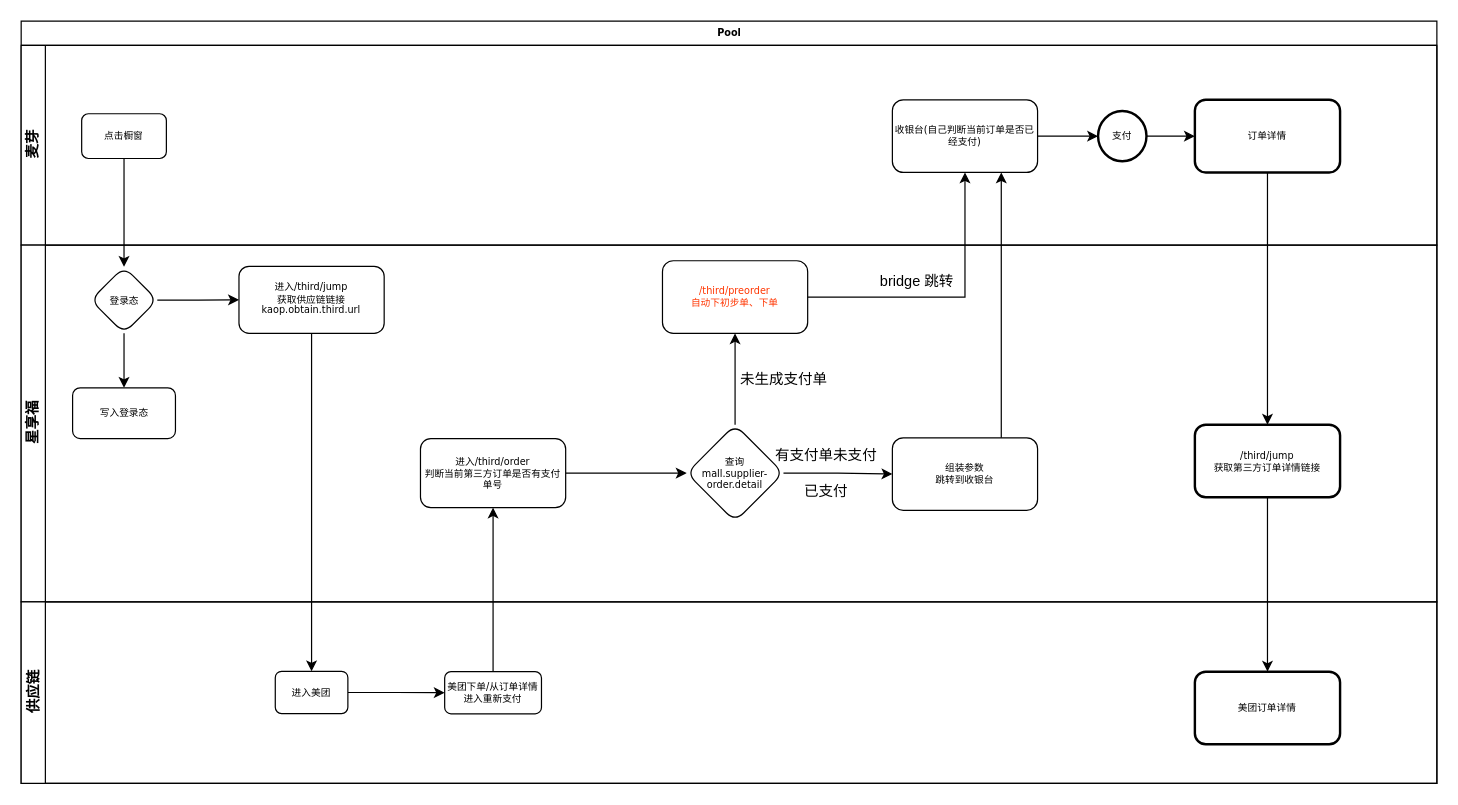
Earlier version of the draw.io diagram 麦芽对接-第三方.drawio (light8176/demo). Source tidied: cells renumbered, new cells numbered last; positions are measured from the earlier drawing's top-left corner, leaving out a move shared by most shapes. Both pictures are drawn from the tidied source at 121%, with x=0, y=0 at pixel (21, 21).
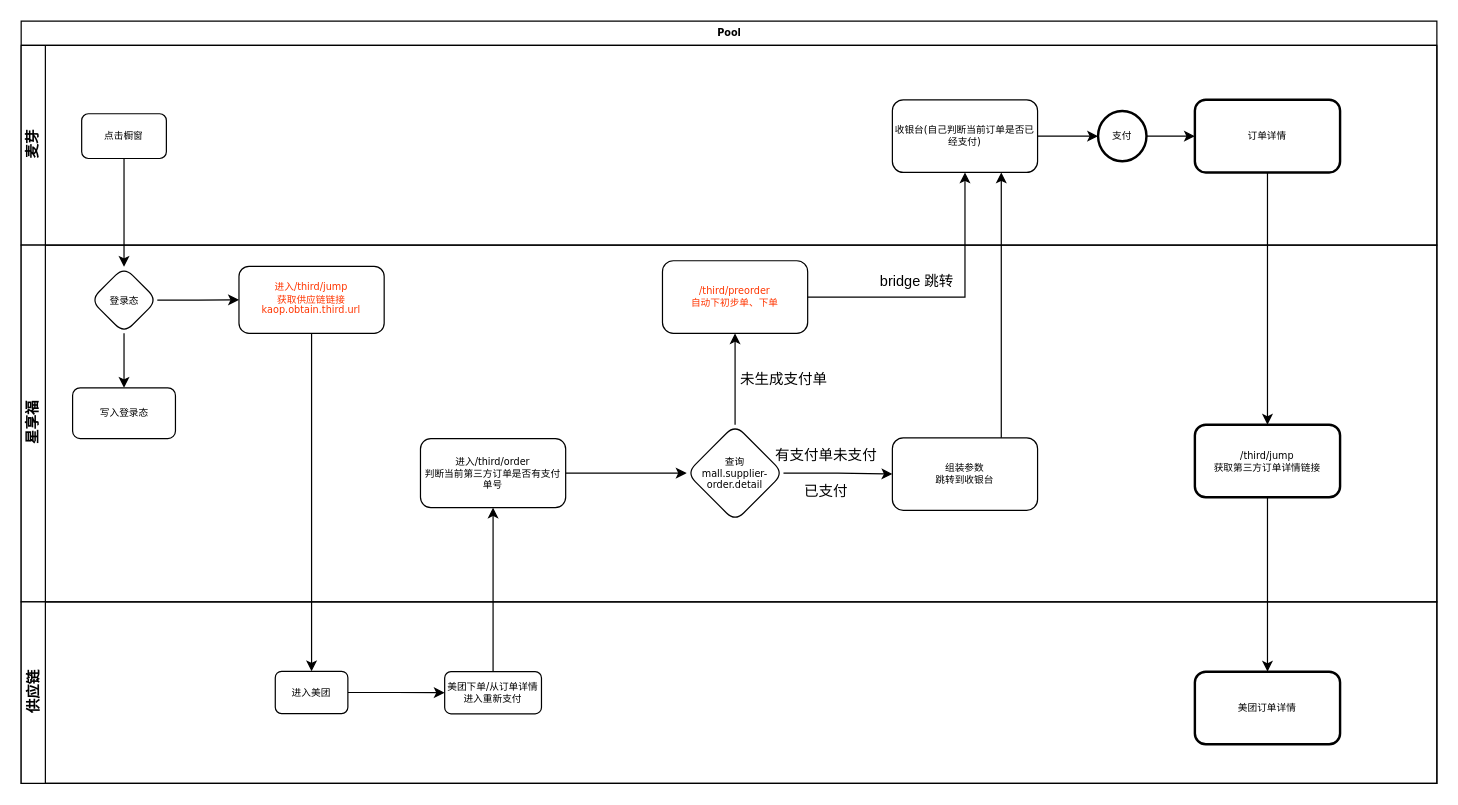
Above is the later version.

Commit message:
Update 麦芽对接-第三方.drawio

The change refers to these unchanged cells:
```xml
<mxCell id="11" value="星享福" style="swimlane;html=1;startSize=20;horizontal=0;" parent="2" vertex="1">
  <mxGeometry y="185" width="1170" height="295" as="geometry" />
</mxCell>
```

Diff of the diagram source:
```diff
@@
-    <mxCell id="16" value="进入/third/jump&lt;br&gt;获取供应链链接&lt;br&gt;kaop.obtain.third.url" style="whiteSpace=wrap;html=1;fontSize=8;fontFamily=Verdana;rounded=1;shadow=0;labelBackgroundColor=none;strokeWidth=1;" parent="11" vertex="1">
+    <mxCell id="16" value="&lt;font color=&quot;#ff3500&quot;&gt;进入/third/jump&lt;br&gt;获取供应链链接&lt;br&gt;kaop.obtain.third.url&lt;/font&gt;" style="whiteSpace=wrap;html=1;fontSize=8;fontFamily=Verdana;rounded=1;shadow=0;labelBackgroundColor=none;strokeWidth=1;" parent="11" vertex="1">
       <mxGeometry x="180" y="17.6" width="120" height="55.4" as="geometry" />
     </mxCell>
```
